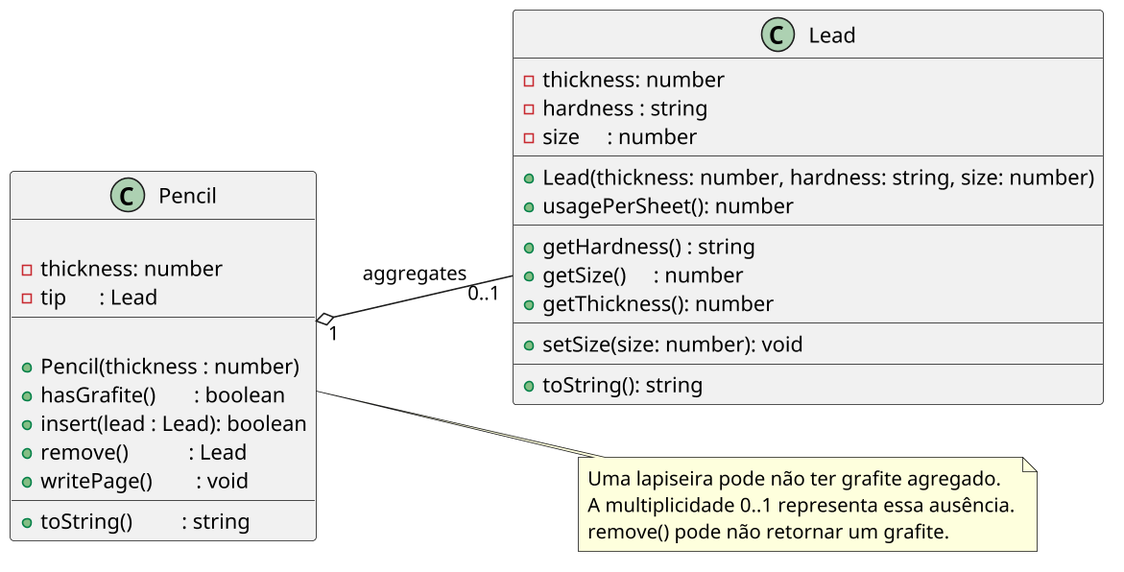
qxcodepoo/arcade keeps this PlantUML diagram as labs/grafite/assets/diagrama.png. Above is the earlier version.
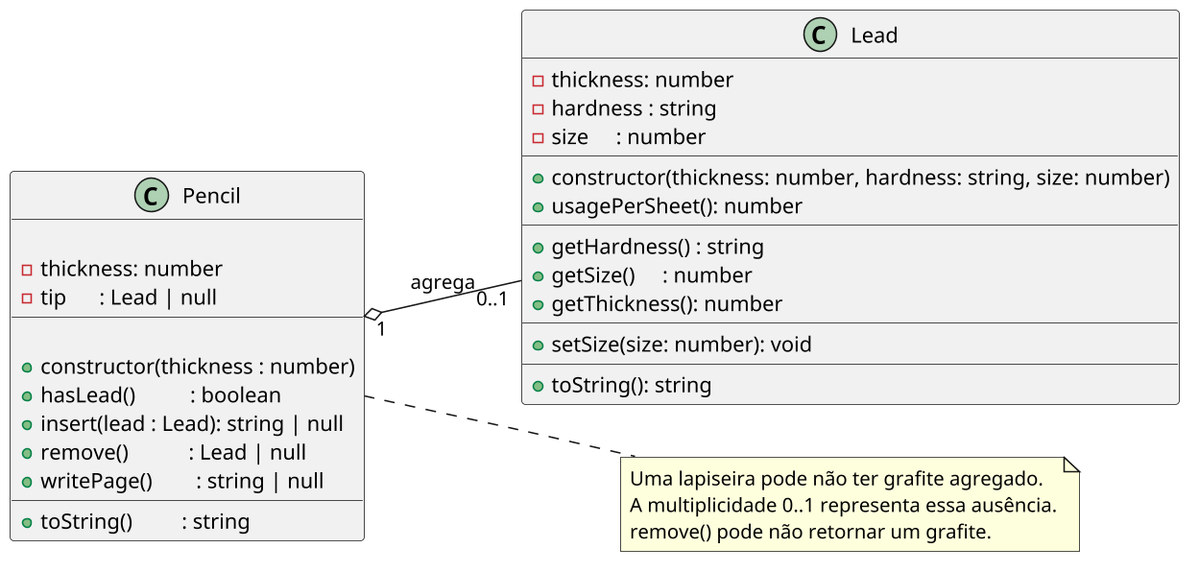
The same file after the commit.

What changed in the source:
```diff
@@ -8,7 +8,7 @@
     - hardness : string
     - size     : number
     __
-    + Lead(thickness: number, hardness: string, size: number)
+    + constructor(thickness: number, hardness: string, size: number)
     + usagePerSheet(): number
     __
     + getHardness() : string
@@ -23,19 +23,19 @@
 class Pencil {
 
     - thickness: number
-    - tip      : Lead
+    - tip      : Lead | null
     __
 
-    + Pencil(thickness : number)
-    + hasGrafite()       : boolean
-    + insert(lead : Lead): boolean
-    + remove()           : Lead
-    + writePage()        : void
+    + constructor(thickness : number)
+    + hasLead()          : boolean
+    + insert(lead : Lead): string | null
+    + remove()           : Lead | null
+    + writePage()        : string | null
     __
     + toString()         : string
 }
 
-Pencil "1" o-- "0..1" Lead : aggregates
+Pencil "1" o-- "0..1" Lead : agrega
 
 note right of Pencil
   Uma lapiseira pode não ter grafite agregado.
```
